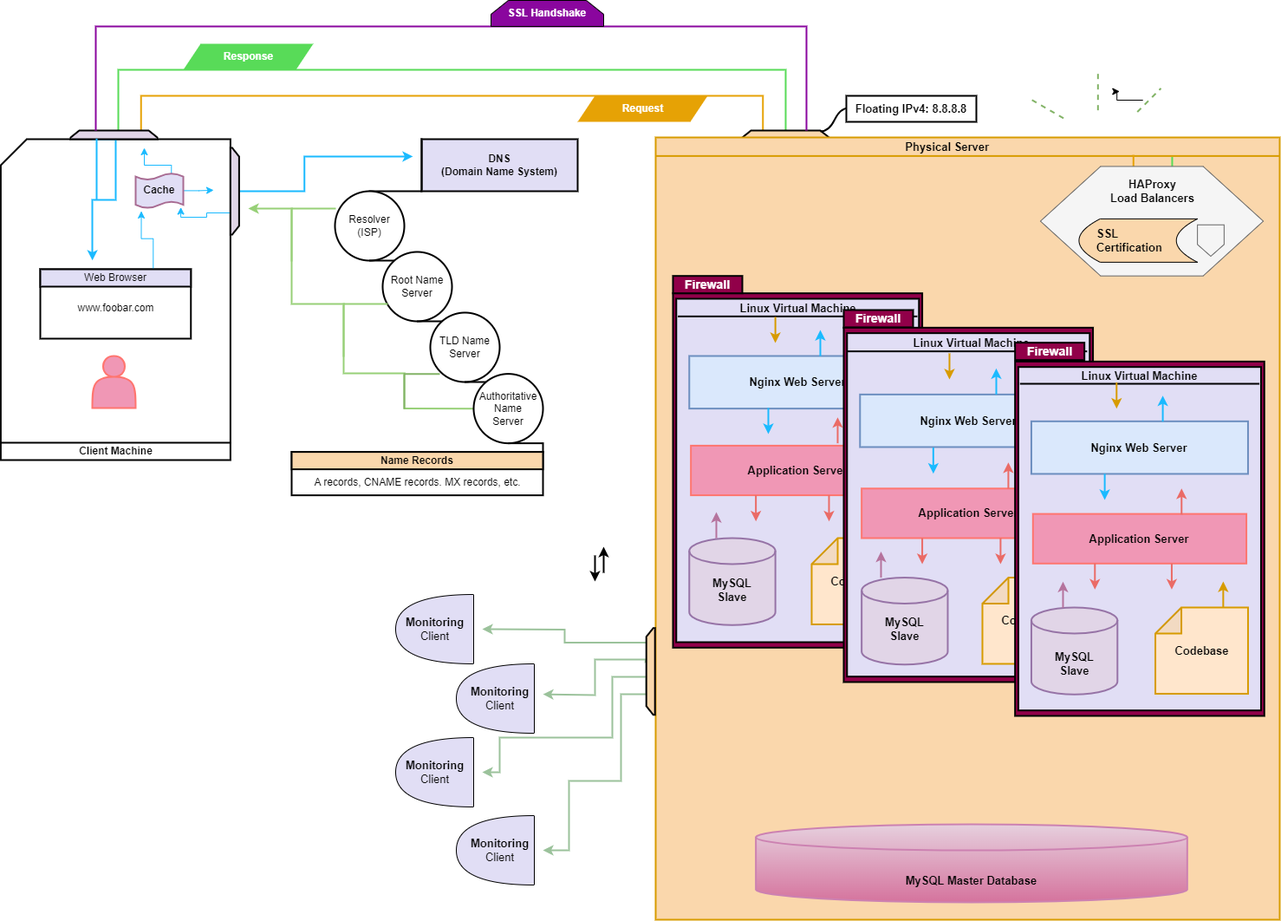
Above: 0x09-web_infrastructure_design/my-drawio_whiteboard.png in Omowunmikamil/alx-system_engineering-devops (draw.io), before the change. Source tidied: cells renumbered, new cells last; positions are measured from the earlier drawing's top-left corner, leaving out a move shared by most shapes.
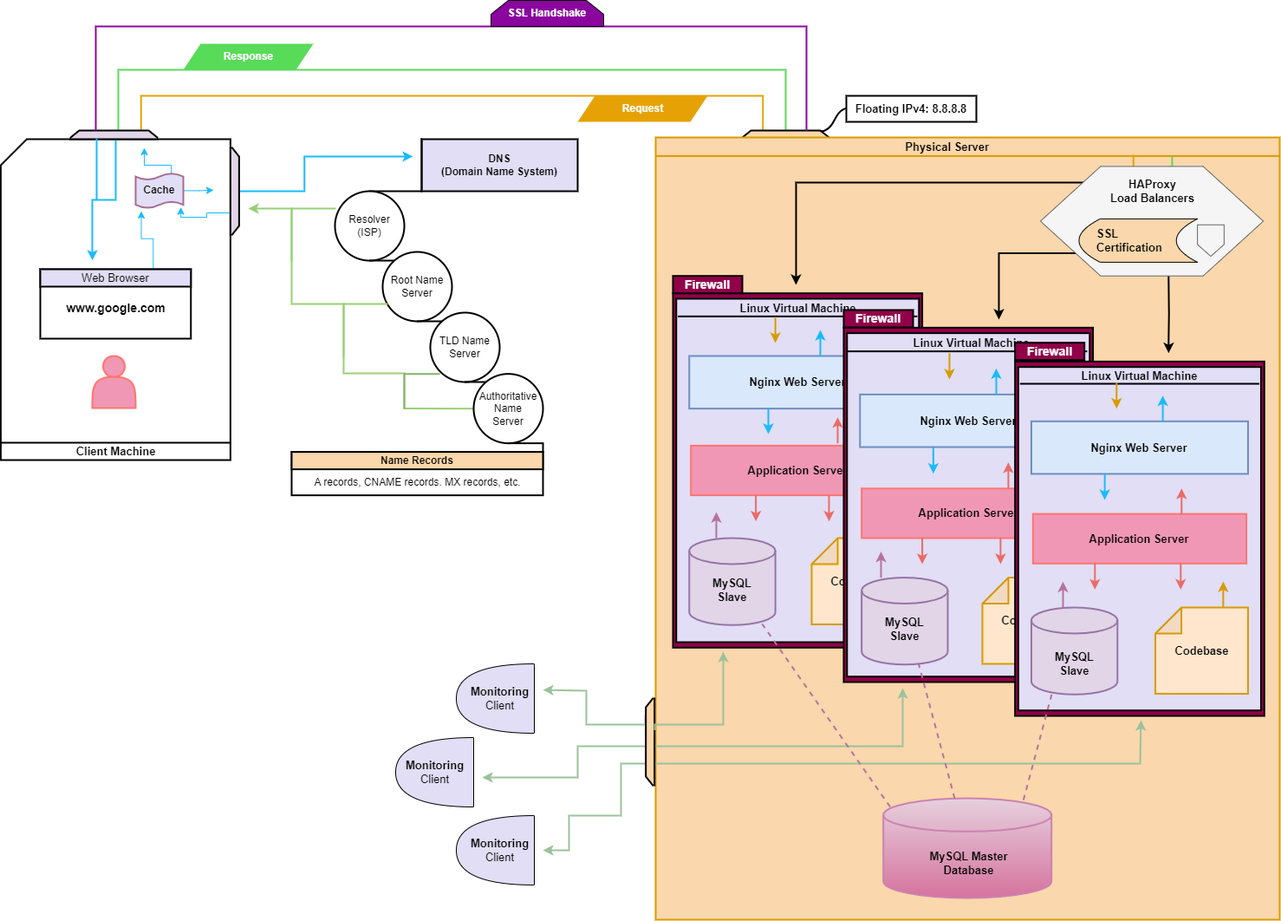
The same diagram one commit later.

Diff of the diagram source:
```diff
@@ -124,7 +124,7 @@
     <mxCell id="31" style="edgeStyle=orthogonalEdgeStyle;rounded=0;jettySize=auto;html=1;exitX=0.75;exitY=0;exitDx=0;exitDy=0;entryX=0.119;entryY=1.089;entryDx=0;entryDy=0;entryPerimeter=0;strokeColor=#1ABAFF;" parent="1" edge="1" source="32" target="30">
       <mxGeometry relative="1" as="geometry" />
     </mxCell>
-    <mxCell id="32" value="Web Browser" style="rounded=0;whiteSpace=wrap;html=1;strokeWidth=2;fillColor=#E1DEF5;strokeColor=#000000;" parent="1" vertex="1">
+    <mxCell id="32" value="&lt;font style=&quot;font-size: 13px;&quot;&gt;Web Browser&lt;/font&gt;" style="rounded=0;whiteSpace=wrap;html=1;strokeWidth=2;fillColor=#E1DEF5;strokeColor=#000000;" parent="1" vertex="1">
       <mxGeometry x="46" y="310" width="173.8" height="20" as="geometry" />
     </mxCell>
     <mxCell id="33" style="rounded=0;whiteSpace=wrap;html=1;strokeWidth=2;fillColor=#FAD7AC;strokeColor=#D79B00;" parent="1" vertex="1">
@@ -137,7 +137,7 @@
       <mxGeometry x="776" y="337.7" width="287.6" height="408.6" as="geometry" />
     </mxCell>
     <mxCell id="36" style="strokeWidth=2;html=1;shape=mxgraph.flowchart.database;whiteSpace=wrap;fillColor=#e6d0de;gradientColor=#d5739d;strokeColor=#CC81B1;" parent="1" vertex="1">
-      <mxGeometry x="871.6" y="950" width="497.7" height="90" as="geometry" />
+      <mxGeometry x="1018.7" y="920" width="193.9" height="115" as="geometry" />
     </mxCell>
     <mxCell id="37" style="shape=partialRectangle;whiteSpace=wrap;html=1;top=0;left=0;fillColor=none;strokeWidth=2;direction=west;strokeColor=#97D077;" parent="1" vertex="1">
       <mxGeometry x="336" y="240" width="50" height="60" as="geometry" />
@@ -163,21 +163,15 @@
     <mxCell id="43" value="&lt;b&gt;&lt;font style=&quot;font-size: 13px;&quot;&gt;Floating IPv4: 8.8.8.8&lt;/font&gt;&lt;/b&gt;" style="rounded=0;whiteSpace=wrap;html=1;strokeWidth=2;" parent="1" vertex="1">
       <mxGeometry x="976" y="110" width="150" height="30" as="geometry" />
     </mxCell>
-    <mxCell id="44" value="www.foobar.com" style="text;html=1;align=center;verticalAlign=middle;strokeColor=none;fillColor=none;" parent="1" vertex="1">
-      <mxGeometry x="77.9" y="340" width="110" height="30" as="geometry" />
+    <mxCell id="44" value="&lt;font style=&quot;font-size: 14px;&quot;&gt;&lt;b&gt;www.google.com&lt;/b&gt;&lt;/font&gt;" style="text;html=1;align=center;verticalAlign=middle;strokeColor=none;fillColor=none;" parent="1" vertex="1">
+      <mxGeometry x="62.9" y="340" width="140" height="30" as="geometry" />
     </mxCell>
-    <mxCell id="45" value="&lt;b&gt;Client Machine&lt;/b&gt;" style="text;html=1;align=center;verticalAlign=middle;strokeColor=none;fillColor=none;" parent="1" vertex="1">
-      <mxGeometry x="77.9" y="505" width="110" height="30" as="geometry" />
+    <mxCell id="45" value="&lt;b&gt;&lt;font style=&quot;font-size: 13px;&quot;&gt;Client Machine&lt;/font&gt;&lt;/b&gt;" style="text;html=1;align=center;verticalAlign=middle;strokeColor=none;fillColor=none;" parent="1" vertex="1">
+      <mxGeometry x="72.9" y="505" width="120" height="30" as="geometry" />
     </mxCell>
     <mxCell id="46" value="&lt;font style=&quot;font-size: 14px;&quot; color=&quot;#ffffff&quot;&gt;&lt;b&gt;Firewall&lt;/b&gt;&lt;/font&gt;" style="rounded=0;whiteSpace=wrap;html=1;strokeWidth=2;fillColor=#910049;strokeColor=#000000;" parent="1" vertex="1">
       <mxGeometry x="776" y="317.7" width="80" height="20" as="geometry" />
     </mxCell>
-    <mxCell id="47" style="edgeStyle=orthogonalEdgeStyle;rounded=0;jettySize=auto;html=1;" parent="1" edge="1" source="48" target="72">
-      <mxGeometry relative="1" as="geometry" />
-    </mxCell>
-    <mxCell id="48" style="line;strokeWidth=2;html=1;rotation=-45;dashed=1;strokeColor=#82B366;" parent="1" vertex="1">
-      <mxGeometry x="1306.1" y="110" width="38.3" height="10" as="geometry" />
-    </mxCell>
     <mxCell id="49" style="rounded=0;whiteSpace=wrap;html=1;strokeWidth=2;fillColor=#E1DEF5;strokeColor=#000000;" parent="1" vertex="1">
       <mxGeometry x="779.8" y="344" width="280" height="396" as="geometry" />
     </mxCell>
@@ -196,36 +190,31 @@
     <mxCell id="54" value="&lt;b&gt;&lt;font style=&quot;font-size: 13px;&quot;&gt;Application Server&lt;/font&gt;&lt;/b&gt;" style="rounded=0;whiteSpace=wrap;html=1;strokeColor=#FF756F;strokeWidth=2;fillColor=#F097B5;" parent="1" vertex="1">
       <mxGeometry x="796.7" y="513.4" width="246.2" height="57.2" as="geometry" />
     </mxCell>
-    <mxCell id="55" value="&lt;b style=&quot;font-size: 13px;&quot;&gt;MySQL Master Database&lt;/b&gt;" style="text;html=1;align=center;verticalAlign=middle;strokeColor=none;fillColor=none;" parent="1" vertex="1">
-      <mxGeometry x="1034.9" y="1000" width="170" height="30" as="geometry" />
+    <mxCell id="55" value="&lt;b style=&quot;font-size: 13px;&quot;&gt;MySQL Master &lt;br&gt;Database&lt;/b&gt;" style="text;html=1;align=center;verticalAlign=middle;strokeColor=none;fillColor=none;" parent="1" vertex="1">
+      <mxGeometry x="1061.8" y="970" width="110" height="50" as="geometry" />
     </mxCell>
     <mxCell id="56" style="shape=or;whiteSpace=wrap;html=1;rotation=-180;fillColor=#E1DEF5;" parent="1" vertex="1">
       <mxGeometry x="526" y="765" width="90" height="80" as="geometry" />
     </mxCell>
-    <mxCell id="57" style="edgeStyle=orthogonalEdgeStyle;rounded=0;jettySize=auto;html=1;exitX=0.833;exitY=0.078;exitDx=0;exitDy=0;strokeWidth=2;strokeColor=#9BC29B;exitPerimeter=0;" parent="1" edge="1" source="61">
-      <mxGeometry relative="1" as="geometry">
-        <mxPoint x="556" y="725" as="targetPoint" />
-      </mxGeometry>
-    </mxCell>
-    <mxCell id="58" style="edgeStyle=orthogonalEdgeStyle;rounded=0;jettySize=auto;html=1;exitX=0.6;exitY=-0.099;exitDx=0;exitDy=0;exitPerimeter=0;strokeWidth=2;strokeColor=#9BC29B;" parent="1" edge="1" source="61">
+    <mxCell id="58" style="edgeStyle=orthogonalEdgeStyle;rounded=0;orthogonalLoop=1;jettySize=auto;html=1;strokeWidth=2;strokeColor=#9BC29B;" parent="1" edge="1">
       <mxGeometry relative="1" as="geometry">
-        <mxPoint x="626" y="800" as="targetPoint" />
+        <mxPoint x="744" y="825" as="sourcePoint" />
+        <mxPoint x="626" y="795" as="targetPoint" />
         <Array as="points">
-          <mxPoint x="744" y="760" />
-          <mxPoint x="686" y="760" />
-          <mxPoint x="686" y="801" />
+          <mxPoint x="744" y="835" />
+          <mxPoint x="676" y="835" />
+          <mxPoint x="676" y="796" />
         </Array>
       </mxGeometry>
     </mxCell>
-    <mxCell id="59" style="edgeStyle=orthogonalEdgeStyle;rounded=0;jettySize=auto;html=1;exitX=0.25;exitY=0;exitDx=0;exitDy=0;strokeColor=#9BC29B;strokeWidth=2;" parent="1" edge="1" source="61">
+    <mxCell id="59" style="edgeStyle=orthogonalEdgeStyle;rounded=0;orthogonalLoop=1;jettySize=auto;html=1;exitX=0.25;exitY=0;exitDx=0;exitDy=0;strokeColor=#9BC29B;strokeWidth=2;" parent="1" edge="1">
       <mxGeometry relative="1" as="geometry">
-        <mxPoint x="556" y="890" as="targetPoint" />
+        <mxPoint x="744.7" y="886" as="sourcePoint" />
+        <mxPoint x="556" y="896" as="targetPoint" />
         <Array as="points">
-          <mxPoint x="745" y="780" />
-          <mxPoint x="706" y="780" />
-          <mxPoint x="706" y="850" />
-          <mxPoint x="576" y="850" />
-          <mxPoint x="576" y="890" />
+          <mxPoint x="745" y="860" />
+          <mxPoint x="666" y="860" />
+          <mxPoint x="666" y="896" />
         </Array>
       </mxGeometry>
     </mxCell>
@@ -233,16 +222,34 @@
       <mxGeometry relative="1" as="geometry">
         <mxPoint x="626" y="980" as="targetPoint" />
         <Array as="points">
-          <mxPoint x="745" y="800" />
-          <mxPoint x="716" y="800" />
-          <mxPoint x="716" y="900" />
-          <mxPoint x="656" y="900" />
+          <mxPoint x="716" y="880" />
+          <mxPoint x="716" y="940" />
+          <mxPoint x="656" y="940" />
           <mxPoint x="656" y="980" />
         </Array>
       </mxGeometry>
     </mxCell>
+    <mxCell id="127" style="edgeStyle=orthogonalEdgeStyle;rounded=0;orthogonalLoop=1;jettySize=auto;html=1;strokeWidth=2;strokeColor=#9BC29B;" parent="1" edge="1">
+      <mxGeometry relative="1" as="geometry">
+        <mxPoint x="754" y="860" as="sourcePoint" />
+        <mxPoint x="1041" y="793" as="targetPoint" />
+        <Array as="points">
+          <mxPoint x="1041" y="860" />
+        </Array>
+      </mxGeometry>
+    </mxCell>
+    <mxCell id="128" style="edgeStyle=orthogonalEdgeStyle;rounded=0;orthogonalLoop=1;jettySize=auto;html=1;exitX=0.25;exitY=1;exitDx=0;exitDy=0;strokeWidth=2;strokeColor=#9BC29B;" parent="1" edge="1">
+      <mxGeometry relative="1" as="geometry">
+        <mxPoint x="754.7" y="886" as="sourcePoint" />
+        <mxPoint x="1316" y="830" as="targetPoint" />
+        <Array as="points">
+          <mxPoint x="755" y="880" />
+          <mxPoint x="1315" y="880" />
+        </Array>
+      </mxGeometry>
+    </mxCell>
     <mxCell id="61" style="shape=loopLimit;whiteSpace=wrap;html=1;fillColor=#fad7ac;strokeColor=#000000;rotation=-90;strokeWidth=2;" parent="1" vertex="1">
-      <mxGeometry x="700.2" y="768.8" width="100" height="10" as="geometry" />
+      <mxGeometry x="699.7" y="850" width="100" height="10" as="geometry" />
     </mxCell>
     <mxCell id="62" style="strokeWidth=2;html=1;shape=mxgraph.flowchart.annotation_1;align=left;direction=south;strokeColor=#8A069E;" parent="1" vertex="1">
       <mxGeometry x="110" y="30" width="820" height="120" as="geometry" />
@@ -250,18 +257,12 @@
     <mxCell id="63" value="&lt;font color=&quot;#ffffff&quot;&gt;&lt;b&gt;SSL Handshake&lt;/b&gt;&lt;/font&gt;" style="shape=loopLimit;whiteSpace=wrap;html=1;fillColor=#8A069E;" parent="1" vertex="1">
       <mxGeometry x="566" width="130" height="30" as="geometry" />
     </mxCell>
-    <mxCell id="64" style="shape=or;whiteSpace=wrap;html=1;rotation=-180;fillColor=#E1DEF5;" parent="1" vertex="1">
-      <mxGeometry x="456" y="685" width="90" height="80" as="geometry" />
-    </mxCell>
     <mxCell id="65" style="shape=or;whiteSpace=wrap;html=1;rotation=-180;fillColor=#E1DEF5;" parent="1" vertex="1">
       <mxGeometry x="456" y="850" width="90" height="80" as="geometry" />
     </mxCell>
     <mxCell id="66" value="&lt;font style=&quot;font-size: 13px;&quot;&gt;&lt;b&gt;Monitoring&lt;br&gt;&lt;/b&gt;Client&lt;/font&gt;" style="text;html=1;align=center;verticalAlign=middle;strokeColor=none;fillColor=none;" parent="1" vertex="1">
       <mxGeometry x="456" y="870" width="90" height="40" as="geometry" />
     </mxCell>
-    <mxCell id="67" value="&lt;font style=&quot;font-size: 13px;&quot;&gt;&lt;b&gt;Monitoring&lt;br&gt;&lt;/b&gt;Client&lt;/font&gt;" style="text;html=1;align=center;verticalAlign=middle;strokeColor=none;fillColor=none;" parent="1" vertex="1">
-      <mxGeometry x="456" y="705.1" width="90" height="40" as="geometry" />
-    </mxCell>
     <mxCell id="68" value="&lt;font style=&quot;font-size: 13px;&quot;&gt;&lt;b&gt;Monitoring&lt;br&gt;&lt;/b&gt;Client&lt;/font&gt;" style="text;html=1;align=center;verticalAlign=middle;strokeColor=none;fillColor=none;" parent="1" vertex="1">
       <mxGeometry x="531" y="785" width="90" height="40" as="geometry" />
     </mxCell>
@@ -271,12 +272,6 @@
     <mxCell id="70" style="line;strokeWidth=2;html=1;rotation=90;strokeColor=#58DB58;" parent="1" vertex="1">
       <mxGeometry x="1341.1" y="186.4" width="21.7" height="10" as="geometry" />
     </mxCell>
-    <mxCell id="71" style="line;strokeWidth=2;html=1;rotation=-150;dashed=1;strokeColor=#82B366;" parent="1" vertex="1">
-      <mxGeometry x="1186.1" y="100" width="43.4" height="50" as="geometry" />
-    </mxCell>
-    <mxCell id="72" style="line;strokeWidth=2;html=1;rotation=-90;dashed=1;strokeColor=#82B366;" parent="1" vertex="1">
-      <mxGeometry x="1244.7" y="80" width="43.4" height="50" as="geometry" />
-    </mxCell>
     <mxCell id="73" style="line;strokeWidth=2;direction=south;html=1;strokeColor=#1ABAFF;" parent="1" vertex="1">
       <mxGeometry x="106" y="159.4" width="10" height="70.6" as="geometry" />
     </mxCell>
@@ -292,6 +287,29 @@
     <mxCell id="77" value="&lt;b&gt;&lt;font style=&quot;font-size: 13px;&quot;&gt;Codebase&lt;/font&gt;&lt;/b&gt;" style="shape=note;whiteSpace=wrap;html=1;backgroundOutline=1;darkOpacity=0.05;direction=north;fillColor=#ffe6cc;strokeColor=#d79b00;strokeWidth=2;" parent="1" vertex="1">
       <mxGeometry x="936" y="620" width="106.9" height="99.5" as="geometry" />
     </mxCell>
+    <mxCell id="129" style="edgeStyle=orthogonalEdgeStyle;rounded=0;orthogonalLoop=1;jettySize=auto;html=1;exitX=0.625;exitY=1;exitDx=0;exitDy=0;entryX=0.84;entryY=0.279;entryDx=0;entryDy=0;entryPerimeter=0;strokeWidth=2;" parent="1" edge="1">
+      <mxGeometry relative="1" as="geometry">
+        <mxPoint x="1347.7" y="314.7" as="sourcePoint" />
+        <mxPoint x="1347.8" y="406.7" as="targetPoint" />
+      </mxGeometry>
+    </mxCell>
+    <mxCell id="130" style="edgeStyle=orthogonalEdgeStyle;rounded=0;orthogonalLoop=1;jettySize=auto;html=1;exitX=0;exitY=0.75;exitDx=0;exitDy=0;strokeWidth=2;" parent="1" edge="1">
+      <mxGeometry relative="1" as="geometry">
+        <mxPoint x="1244.4" y="291.4" as="sourcePoint" />
+        <mxPoint x="1152" y="368" as="targetPoint" />
+        <Array as="points">
+          <mxPoint x="1152" y="291" />
+        </Array>
+      </mxGeometry>
+    </mxCell>
+    <mxCell id="131" style="edgeStyle=orthogonalEdgeStyle;rounded=0;jettySize=auto;html=1;entryX=0.476;entryY=-0.133;entryDx=0;entryDy=0;entryPerimeter=0;strokeWidth=2;" parent="1" edge="1" source="78">
+      <mxGeometry relative="1" as="geometry">
+        <mxPoint x="917.9" y="328" as="targetPoint" />
+        <Array as="points">
+          <mxPoint x="918" y="210" />
+        </Array>
+      </mxGeometry>
+    </mxCell>
     <mxCell id="78" style="verticalLabelPosition=bottom;verticalAlign=top;html=1;shape=hexagon;perimeter=hexagonPerimeter2;arcSize=6;size=0.27;fillColor=#f5f5f5;fontColor=#333333;strokeColor=#666666;" parent="1" vertex="1">
       <mxGeometry x="1199.9" y="191.4" width="257.2" height="126.3" as="geometry" />
     </mxCell>
@@ -334,24 +352,12 @@
         <mxPoint x="894.1" y="395" as="targetPoint" />
       </mxGeometry>
     </mxCell>
-    <mxCell id="88" style="edgeStyle=none;orthogonalLoop=1;jettySize=auto;html=1;rounded=0;strokeWidth=2;" parent="1" edge="1">
-      <mxGeometry relative="1" as="geometry">
-        <mxPoint x="696" y="660" as="sourcePoint" />
-        <mxPoint x="696" y="630" as="targetPoint" />
-      </mxGeometry>
-    </mxCell>
     <mxCell id="89" style="edgeStyle=none;orthogonalLoop=1;jettySize=auto;html=1;rounded=0;strokeWidth=2;strokeColor=#B5739D;" parent="1" edge="1">
       <mxGeometry relative="1" as="geometry">
         <mxPoint x="826" y="620" as="sourcePoint" />
         <mxPoint x="826" y="590" as="targetPoint" />
       </mxGeometry>
     </mxCell>
-    <mxCell id="90" style="edgeStyle=none;orthogonalLoop=1;jettySize=auto;html=1;rounded=0;strokeWidth=2;" parent="1" edge="1">
-      <mxGeometry relative="1" as="geometry">
-        <mxPoint x="686" y="640" as="sourcePoint" />
-        <mxPoint x="686" y="670" as="targetPoint" />
-      </mxGeometry>
-    </mxCell>
     <mxCell id="91" style="edgeStyle=none;orthogonalLoop=1;jettySize=auto;html=1;rounded=0;strokeWidth=2;strokeColor=#EA6B66;" parent="1" edge="1">
       <mxGeometry relative="1" as="geometry">
         <mxPoint x="871.6" y="570.6" as="sourcePoint" />
@@ -495,8 +501,8 @@
     </mxCell>
     <mxCell id="124" style="edgeStyle=none;orthogonalLoop=1;jettySize=auto;html=1;rounded=0;strokeWidth=2;strokeColor=#EA6B66;" parent="1" edge="1">
       <mxGeometry relative="1" as="geometry">
-        <mxPoint x="1351.5" y="649.3" as="sourcePoint" />
-        <mxPoint x="1351.5" y="679.3" as="targetPoint" />
+        <mxPoint x="1361.8" y="649.3" as="sourcePoint" />
+        <mxPoint x="1361.8" y="679.3" as="targetPoint" />
       </mxGeometry>
     </mxCell>
     <mxCell id="125" style="edgeStyle=none;orthogonalLoop=1;jettySize=auto;html=1;rounded=0;strokeWidth=2;strokeColor=#B5739D;" parent="1" edge="1">
@@ -511,5 +517,24 @@
         <mxPoint x="1410.8" y="670" as="targetPoint" />
       </mxGeometry>
     </mxCell>
+    <mxCell id="132" style="line;strokeWidth=2;html=1;rotation=-105;dashed=1;strokeColor=#B5739D;" parent="1" vertex="1">
+      <mxGeometry x="1000.2" y="807.5" width="160.2" height="70.7" as="geometry" />
+    </mxCell>
+    <mxCell id="133" style="line;strokeWidth=2;html=1;rotation=-125;dashed=1;strokeColor=#B5739D;" parent="1" vertex="1">
+      <mxGeometry x="823.9" y="789.1" width="257.7" height="70.7" as="geometry" />
+    </mxCell>
+    <mxCell id="134" style="line;strokeWidth=2;html=1;rotation=-75;dashed=1;strokeColor=#B5739D;" parent="1" vertex="1">
+      <mxGeometry x="1132.6" y="824.5" width="128.8" height="70.7" as="geometry" />
+    </mxCell>
+    <mxCell id="135" style="edgeStyle=orthogonalEdgeStyle;rounded=0;orthogonalLoop=1;jettySize=auto;html=1;exitX=0;exitY=0.75;exitDx=0;exitDy=0;strokeWidth=2;strokeColor=#9BC29B;" parent="1" edge="1">
+      <mxGeometry relative="1" as="geometry">
+        <mxPoint x="755" y="841.5" as="sourcePoint" />
+        <mxPoint x="834" y="751" as="targetPoint" />
+        <Array as="points">
+          <mxPoint x="755" y="835" />
+          <mxPoint x="834" y="835" />
+        </Array>
+      </mxGeometry>
+    </mxCell>
   </root>
 </mxGraphModel>
```
